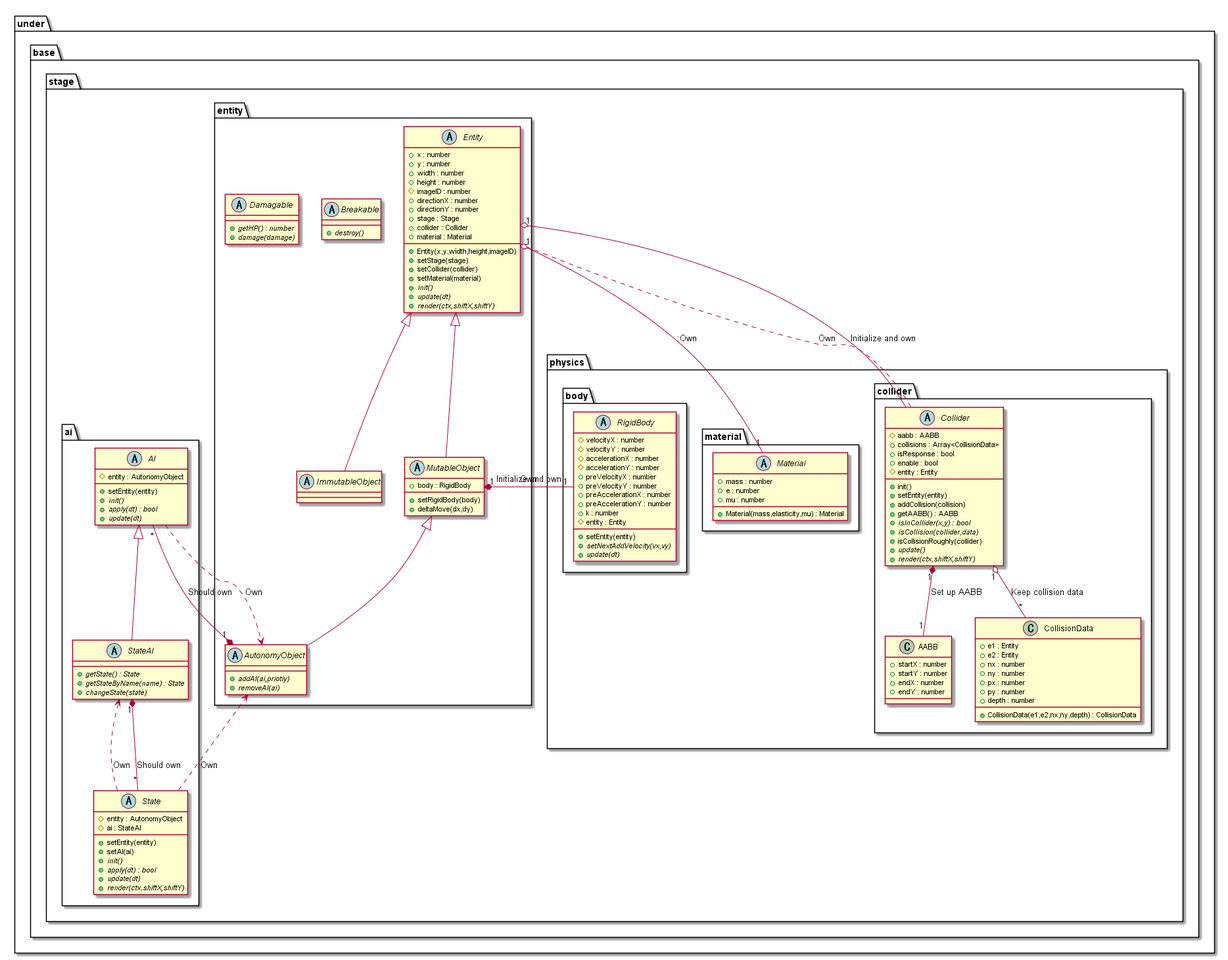
The PlantUML diagram out/uml/entity/Base/EntityBase.png in Expine/Under, before a commit.
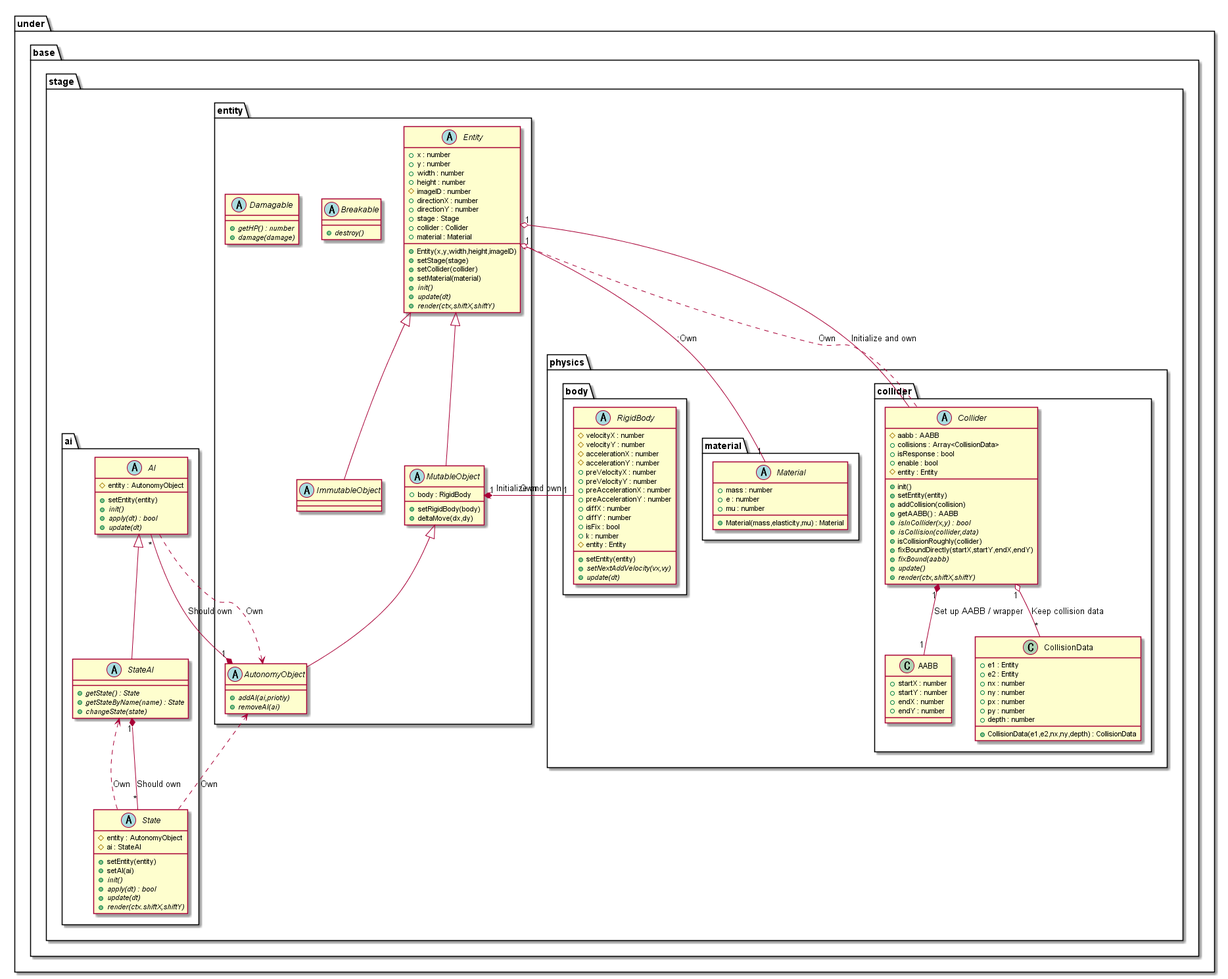
After the change.

What changed in the source:
```diff
@@ -59,6 +59,8 @@
                         {abstract} +isInCollider(x,y) : bool
                         {abstract} +isCollision(collider,data)
                         +isCollisionRoughly(collider)
+                        +fixBoundDirectly(startX,startY,endX,endY)
+                        {abstract} +fixBound(aabb)
                         {abstract} +update()
                         {abstract} +render(ctx,shiftX,shiftY)
                     }
@@ -97,6 +99,9 @@
                         +preVelocityY : number
                         +preAccelerationX : number
                         +preAccelerationY : number
+                        +diffX : number
+                        +diffY : number
+                        +isFix : bool
                         +k : number
                         #entity : Entity
                         +setEntity(entity)
@@ -151,6 +156,6 @@
 State ..> AutonomyObject : Own
 
 Collider "1" o-- "*" CollisionData : Keep collision data
-Collider "1" *-- "1" AABB : Set up AABB
+Collider "1" *-- "1" AABB : Set up AABB / wrapper
 
 @enduml
```
